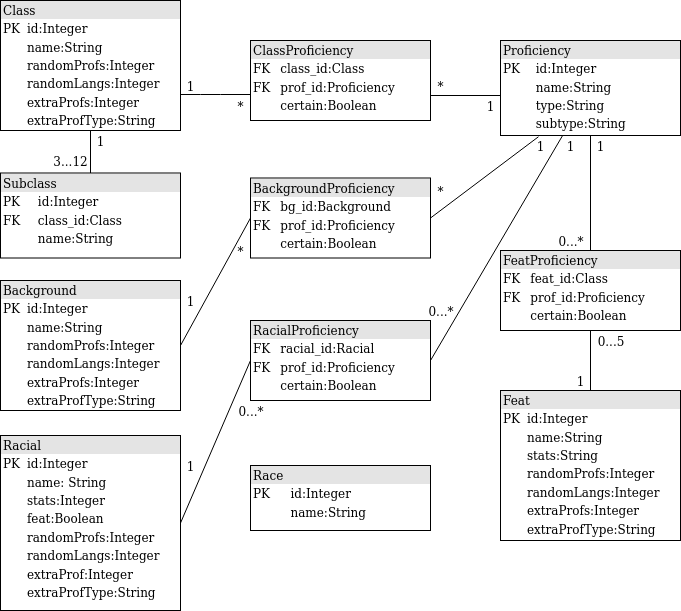
Fumblessi/ot-harjoitustyo keeps this draw.io diagram as dokumentointi/tietokantakaavio.png. Above is the earlier version. Source tidied: cells renumbered, new cells last; positions are measured from the earlier drawing's top-left corner, leaving out a move shared by most shapes.
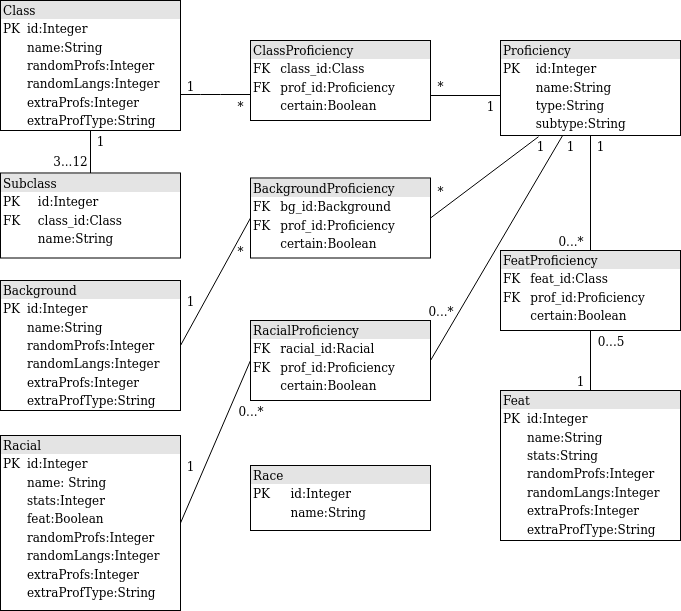
The same file after the commit.

Change to the diagram source:
```diff
@@ -119,7 +119,7 @@
     <mxCell id="37" value="0...5" style="text;html=1;strokeColor=none;fillColor=none;align=center;verticalAlign=middle;whiteSpace=wrap;rounded=0;" parent="1" vertex="1">
       <mxGeometry x="590" y="330" width="40" height="20" as="geometry" />
     </mxCell>
-    <mxCell id="38" value="&lt;div style=&quot;box-sizing: border-box ; width: 100% ; background: #e4e4e4 ; padding: 2px&quot;&gt;Racial&lt;/div&gt;&lt;table style=&quot;width: 100% ; font-size: 1em&quot; cellspacing=&quot;0&quot; cellpadding=&quot;2&quot;&gt;&lt;tbody&gt;&lt;tr&gt;&lt;td&gt;PK&lt;/td&gt;&lt;td&gt;id:Integer&lt;br&gt;&lt;/td&gt;&lt;/tr&gt;&lt;tr&gt;&lt;td&gt;&lt;br&gt;&lt;/td&gt;&lt;td style=&quot;line-height: 120%&quot;&gt;name: String&lt;br&gt;&lt;/td&gt;&lt;/tr&gt;&lt;tr&gt;&lt;td&gt;&lt;br&gt;&lt;/td&gt;&lt;td style=&quot;line-height: 120%&quot;&gt;stats:Integer&lt;br&gt;&lt;/td&gt;&lt;/tr&gt;&lt;tr&gt;&lt;td&gt;&lt;br&gt;&lt;/td&gt;&lt;td&gt;feat:Boolean&lt;/td&gt;&lt;/tr&gt;&lt;tr&gt;&lt;td&gt;&lt;br&gt;&lt;/td&gt;&lt;td&gt;randomProfs:Integer&lt;br&gt;&lt;/td&gt;&lt;/tr&gt;&lt;tr&gt;&lt;td&gt;&lt;br&gt;&lt;/td&gt;&lt;td&gt;randomLangs:Integer&lt;br&gt;&lt;/td&gt;&lt;/tr&gt;&lt;tr&gt;&lt;td&gt;&lt;br&gt;&lt;/td&gt;&lt;td&gt;extraProf:Integer&lt;br&gt;&lt;/td&gt;&lt;/tr&gt;&lt;tr&gt;&lt;td&gt;&lt;br&gt;&lt;/td&gt;&lt;td&gt;extraProfType:String&lt;br&gt;&lt;/td&gt;&lt;/tr&gt;&lt;/tbody&gt;&lt;/table&gt;" style="verticalAlign=top;align=left;overflow=fill;html=1;" parent="1" vertex="1">
+    <mxCell id="38" value="&lt;div style=&quot;box-sizing: border-box ; width: 100% ; background: #e4e4e4 ; padding: 2px&quot;&gt;Racial&lt;/div&gt;&lt;table style=&quot;width: 100% ; font-size: 1em&quot; cellspacing=&quot;0&quot; cellpadding=&quot;2&quot;&gt;&lt;tbody&gt;&lt;tr&gt;&lt;td&gt;PK&lt;/td&gt;&lt;td&gt;id:Integer&lt;br&gt;&lt;/td&gt;&lt;/tr&gt;&lt;tr&gt;&lt;td&gt;&lt;br&gt;&lt;/td&gt;&lt;td style=&quot;line-height: 120%&quot;&gt;name: String&lt;br&gt;&lt;/td&gt;&lt;/tr&gt;&lt;tr&gt;&lt;td&gt;&lt;br&gt;&lt;/td&gt;&lt;td style=&quot;line-height: 120%&quot;&gt;stats:Integer&lt;br&gt;&lt;/td&gt;&lt;/tr&gt;&lt;tr&gt;&lt;td&gt;&lt;br&gt;&lt;/td&gt;&lt;td&gt;feat:Boolean&lt;/td&gt;&lt;/tr&gt;&lt;tr&gt;&lt;td&gt;&lt;br&gt;&lt;/td&gt;&lt;td&gt;randomProfs:Integer&lt;br&gt;&lt;/td&gt;&lt;/tr&gt;&lt;tr&gt;&lt;td&gt;&lt;br&gt;&lt;/td&gt;&lt;td&gt;randomLangs:Integer&lt;br&gt;&lt;/td&gt;&lt;/tr&gt;&lt;tr&gt;&lt;td&gt;&lt;br&gt;&lt;/td&gt;&lt;td&gt;extraProfs:Integer&lt;br&gt;&lt;/td&gt;&lt;/tr&gt;&lt;tr&gt;&lt;td&gt;&lt;br&gt;&lt;/td&gt;&lt;td&gt;extraProfType:String&lt;br&gt;&lt;/td&gt;&lt;/tr&gt;&lt;/tbody&gt;&lt;/table&gt;" style="verticalAlign=top;align=left;overflow=fill;html=1;" parent="1" vertex="1">
       <mxGeometry y="435" width="180" height="175" as="geometry" />
     </mxCell>
     <mxCell id="39" value="&lt;div style=&quot;box-sizing: border-box ; width: 100% ; background: #e4e4e4 ; padding: 2px&quot;&gt;Race&lt;br&gt;&lt;/div&gt;&lt;table style=&quot;width: 100% ; font-size: 1em&quot; cellspacing=&quot;0&quot; cellpadding=&quot;2&quot;&gt;&lt;tbody&gt;&lt;tr&gt;&lt;td&gt;PK&lt;/td&gt;&lt;td&gt;id:Integer&lt;/td&gt;&lt;/tr&gt;&lt;tr&gt;&lt;td&gt;&lt;br&gt;&lt;/td&gt;&lt;td&gt;name:String&lt;br&gt;&lt;/td&gt;&lt;/tr&gt;&lt;/tbody&gt;&lt;/table&gt;" style="verticalAlign=top;align=left;overflow=fill;html=1;" parent="1" vertex="1">
```
